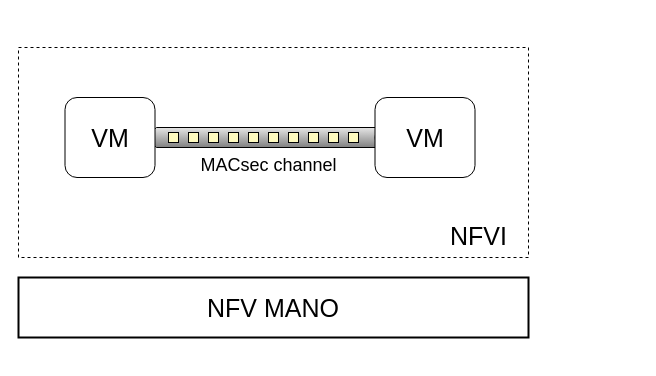
Earlier version of the draw.io diagram drawio/maser_article_use_case.drawio (ignaziopedone/drawio). Source tidied: cells renumbered, new cells numbered last; positions are measured from the earlier drawing's top-left corner, leaving out a move shared by most shapes. Both pictures are drawn from the tidied source at 100%, with x=0, y=0 at pixel (18, 47).
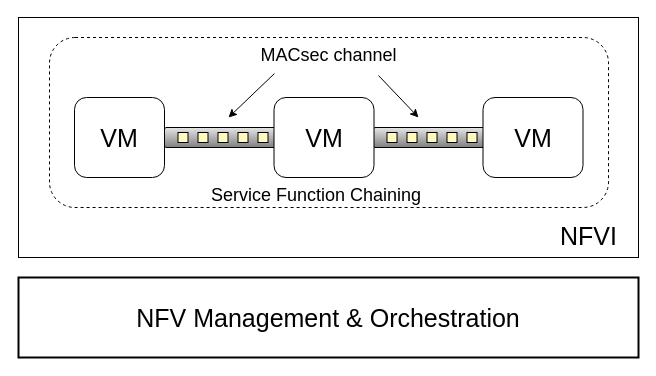
The same page after the edit.

Diff of the diagram source:
```diff
@@
 <mxGraphModel>
   <root>
     <mxCell id="0" />
     <mxCell id="1" parent="0" />
-    <mxCell id="2" style="rounded=0;whiteSpace=wrap;html=1;dashed=1;" parent="1" vertex="1">
-      <mxGeometry width="510" height="210" as="geometry" />
-    </mxCell>
+    <mxCell id="9" style="rounded=0;whiteSpace=wrap;html=1;" parent="1" vertex="1">
+      <mxGeometry y="-30" width="620" height="240" as="geometry" />
+    </mxCell>
     <mxCell id="3" value="NFVI" style="text;html=1;align=left;verticalAlign=top;spacingTop=-4;fontSize=25;" parent="1" vertex="1">
-      <mxGeometry x="430" y="171" width="70" height="30" as="geometry" />
+      <mxGeometry x="540" y="171" width="70" height="30" as="geometry" />
     </mxCell>
-    <mxCell id="4" value="NFV MANO" style="rounded=0;whiteSpace=wrap;html=1;fontSize=25;strokeWidth=2;" parent="1" vertex="1">
-      <mxGeometry y="230" width="510" height="60" as="geometry" />
+    <mxCell id="4" value="NFV Management &amp;amp; Orchestration" style="rounded=0;whiteSpace=wrap;html=1;fontSize=25;strokeWidth=2;" parent="1" vertex="1">
+      <mxGeometry y="230" width="620" height="80" as="geometry" />
     </mxCell>
     <mxCell id="5" style="strokeWidth=1;strokeColor=#000000;dashed=0;align=center;html=1;fontSize=8;shape=mxgraph.eip.dataChannel;verticalLabelPosition=bottom;labelBackgroundColor=#ffffff;verticalAlign=top;" parent="1" vertex="1">
-      <mxGeometry x="130" y="80" width="240" height="20" as="geometry" />
+      <mxGeometry x="139.5" y="80" width="130" height="20" as="geometry" />
     </mxCell>
+    <mxCell id="8" value="MACsec channel" style="text;html=1;points=[];align=center;verticalAlign=middle;spacingTop=-4;fontSize=18;" parent="1" vertex="1">
+      <mxGeometry x="210" y="-5" width="200" height="30" as="geometry" />
+    </mxCell>
+    <mxCell id="10" style="strokeWidth=1;strokeColor=#000000;dashed=0;align=center;html=1;fontSize=8;shape=mxgraph.eip.dataChannel;verticalLabelPosition=bottom;labelBackgroundColor=#ffffff;verticalAlign=top;" parent="1" vertex="1">
+      <mxGeometry x="348.5" y="80" width="130" height="20" as="geometry" />
+    </mxCell>
+    <mxCell id="11" value="VM" style="rounded=1;whiteSpace=wrap;html=1;fontSize=25;" parent="1" vertex="1">
+      <mxGeometry x="464.5" y="50" width="100" height="80" as="geometry" />
+    </mxCell>
     <mxCell id="6" value="VM" style="rounded=1;whiteSpace=wrap;html=1;fontSize=25;" parent="1" vertex="1">
-      <mxGeometry x="356.5" y="50" width="100" height="80" as="geometry" />
+      <mxGeometry x="255.5" y="50" width="100" height="80" as="geometry" />
     </mxCell>
+    <mxCell id="12" style="endArrow=classic;html=1;fontSize=18;exitX=0.23;exitY=1.033;exitDx=0;exitDy=0;exitPerimeter=0;" parent="1" edge="1" source="8">
+      <mxGeometry relative="1" as="geometry">
+        <mxPoint x="210" y="70" as="targetPoint" />
+      </mxGeometry>
+    </mxCell>
+    <mxCell id="13" style="endArrow=classic;html=1;fontSize=18;" parent="1" edge="1">
+      <mxGeometry relative="1" as="geometry">
+        <mxPoint x="360" y="28" as="sourcePoint" />
+        <mxPoint x="400" y="70" as="targetPoint" />
+      </mxGeometry>
+    </mxCell>
     <mxCell id="7" value="VM" style="rounded=1;whiteSpace=wrap;html=1;fontSize=25;" parent="1" vertex="1">
-      <mxGeometry x="46.5" y="50" width="90" height="80" as="geometry" />
+      <mxGeometry x="56" y="50" width="90" height="80" as="geometry" />
     </mxCell>
-    <mxCell id="8" value="MACsec channel" style="text;html=1;points=[];align=center;verticalAlign=middle;spacingTop=-4;fontSize=18;" parent="1" vertex="1">
-      <mxGeometry x="150" y="105" width="200" height="30" as="geometry" />
-    </mxCell>
+    <mxCell id="14" style="rounded=1;whiteSpace=wrap;html=1;strokeWidth=1;fontSize=18;align=center;fillColor=none;dashed=1;" parent="1" vertex="1">
+      <mxGeometry x="31" y="-10" width="559" height="170" as="geometry" />
+    </mxCell>
+    <mxCell id="15" value="Service Function Chaining" style="text;html=1;align=left;verticalAlign=top;spacingTop=-4;fontSize=18;" parent="1" vertex="1">
+      <mxGeometry x="190.5" y="135" width="230" height="20" as="geometry" />
+    </mxCell>
   </root>
 </mxGraphModel>
```
